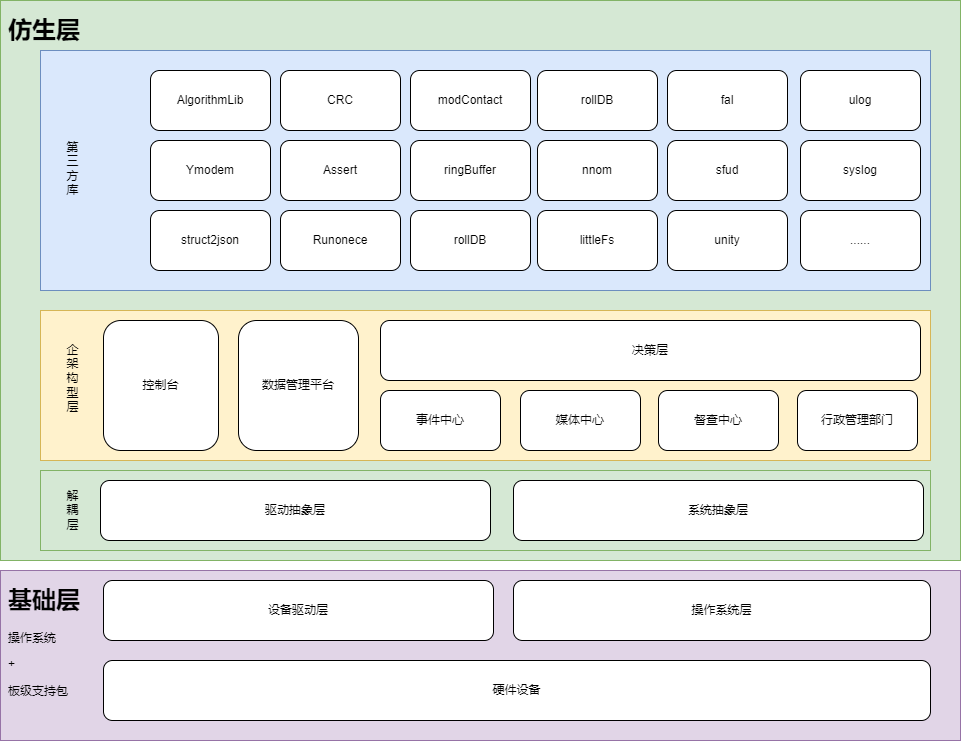
Before: document/picture/arnics.png, a diagram exported from draw.io (fuxiaoY/arnics-os). Source tidied: cells renumbered, new cells last; positions are measured from the earlier drawing's top-left corner, leaving out a move shared by most shapes.
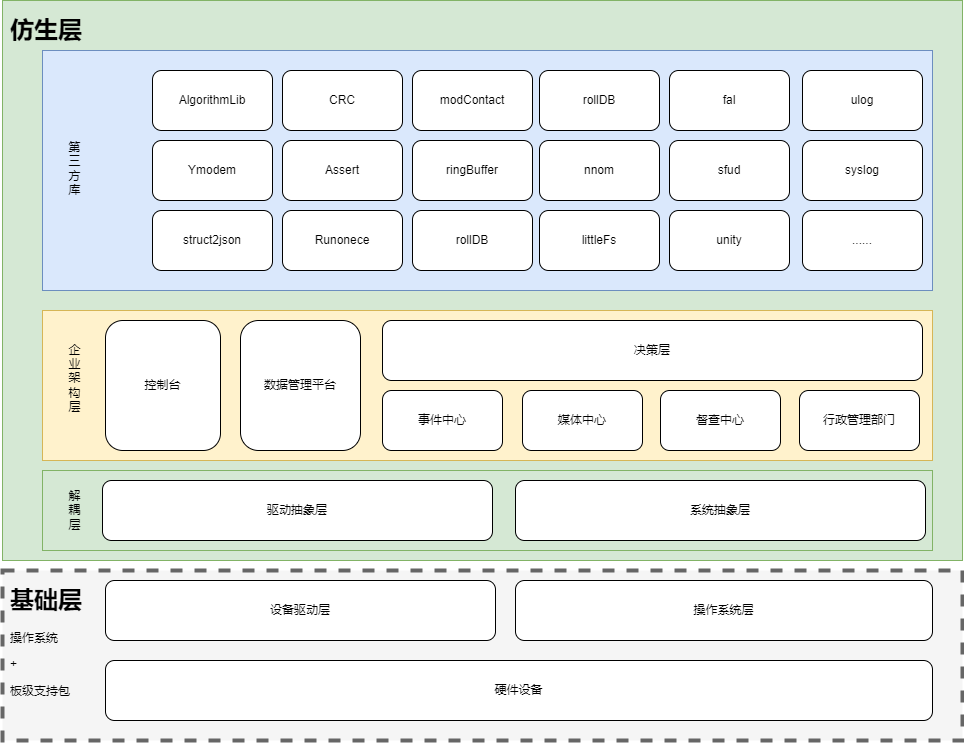
The same diagram one commit later.

Diff of the diagram source:
```diff
@@ -8,7 +8,7 @@
     <mxCell id="3" style="rounded=0;whiteSpace=wrap;html=1;fillColor=#d5e8d4;strokeColor=#82b366;" parent="1" vertex="1">
       <mxGeometry x="40" y="470" width="890" height="80" as="geometry" />
     </mxCell>
-    <mxCell id="4" style="rounded=0;whiteSpace=wrap;html=1;fillColor=#e1d5e7;strokeColor=#9673a6;" parent="1" vertex="1">
+    <mxCell id="4" style="rounded=0;whiteSpace=wrap;html=1;fillColor=#f5f5f5;strokeColor=#666666;dashed=1;strokeWidth=4;fontColor=#333333;" parent="1" vertex="1">
       <mxGeometry y="570" width="960" height="170" as="geometry" />
     </mxCell>
     <mxCell id="5" style="rounded=0;whiteSpace=wrap;html=1;fillColor=#fff2cc;strokeColor=#d6b656;" parent="1" vertex="1">
@@ -107,7 +107,7 @@
     <mxCell id="36" value="硬件设备" style="rounded=1;whiteSpace=wrap;html=1;" parent="1" vertex="1">
       <mxGeometry x="103" y="660" width="827" height="60" as="geometry" />
     </mxCell>
-    <mxCell id="37" value="企架构型层" style="text;html=1;strokeColor=none;fillColor=none;align=center;verticalAlign=middle;whiteSpace=wrap;rounded=0;direction=south;" parent="1" vertex="1">
+    <mxCell id="37" value="企业架构层" style="text;html=1;strokeColor=none;fillColor=none;align=center;verticalAlign=middle;whiteSpace=wrap;rounded=0;direction=south;" parent="1" vertex="1">
       <mxGeometry x="60" y="320" width="25" height="115" as="geometry" />
     </mxCell>
     <mxCell id="38" value="解耦层" style="text;html=1;strokeColor=none;fillColor=none;align=center;verticalAlign=middle;whiteSpace=wrap;rounded=0;direction=south;" parent="1" vertex="1">
```
